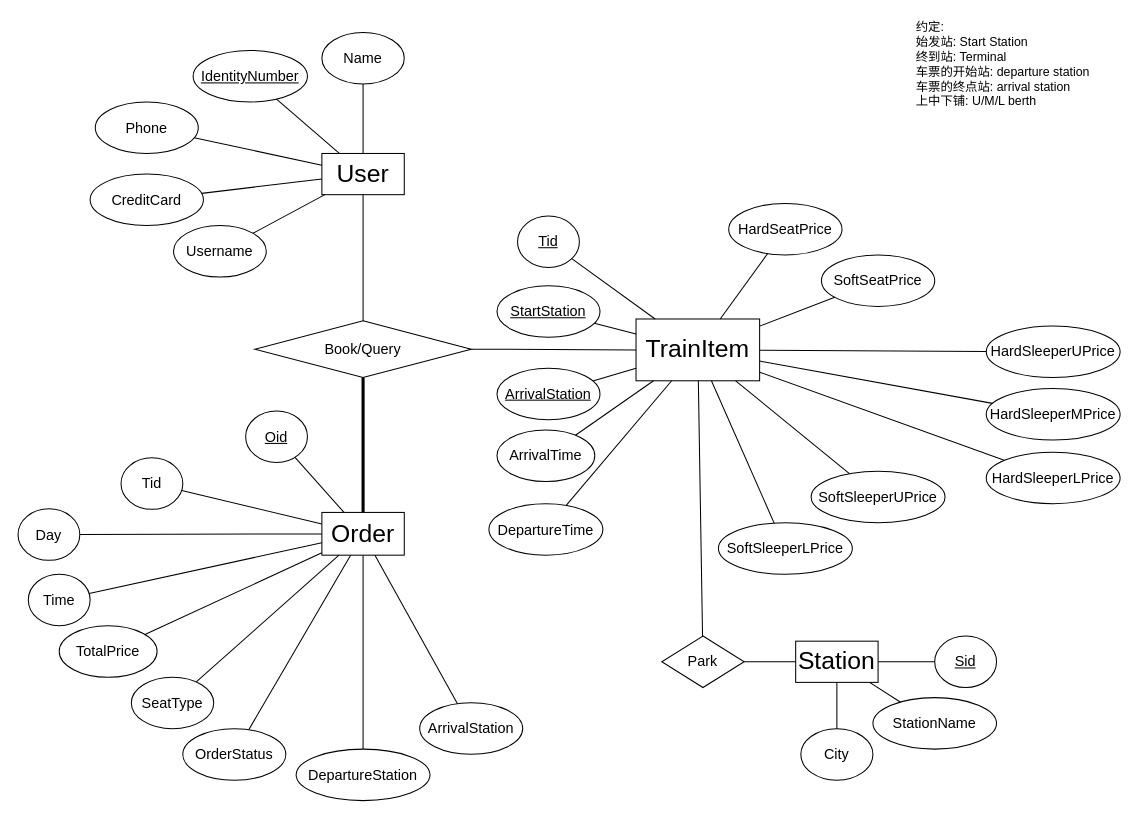
The draw.io diagram page "er-zxz-5.3" (2 of 4) of design/ER-graph.drawio in KevinGeejo/Railway-Booking-System, before the edit. Source tidied: cells renumbered, new cells numbered last; positions are measured from the earlier drawing's top-left corner, leaving out a move shared by most shapes. Both pictures are drawn from the tidied source at 103%, with x=0, y=0 at pixel (18, 18).
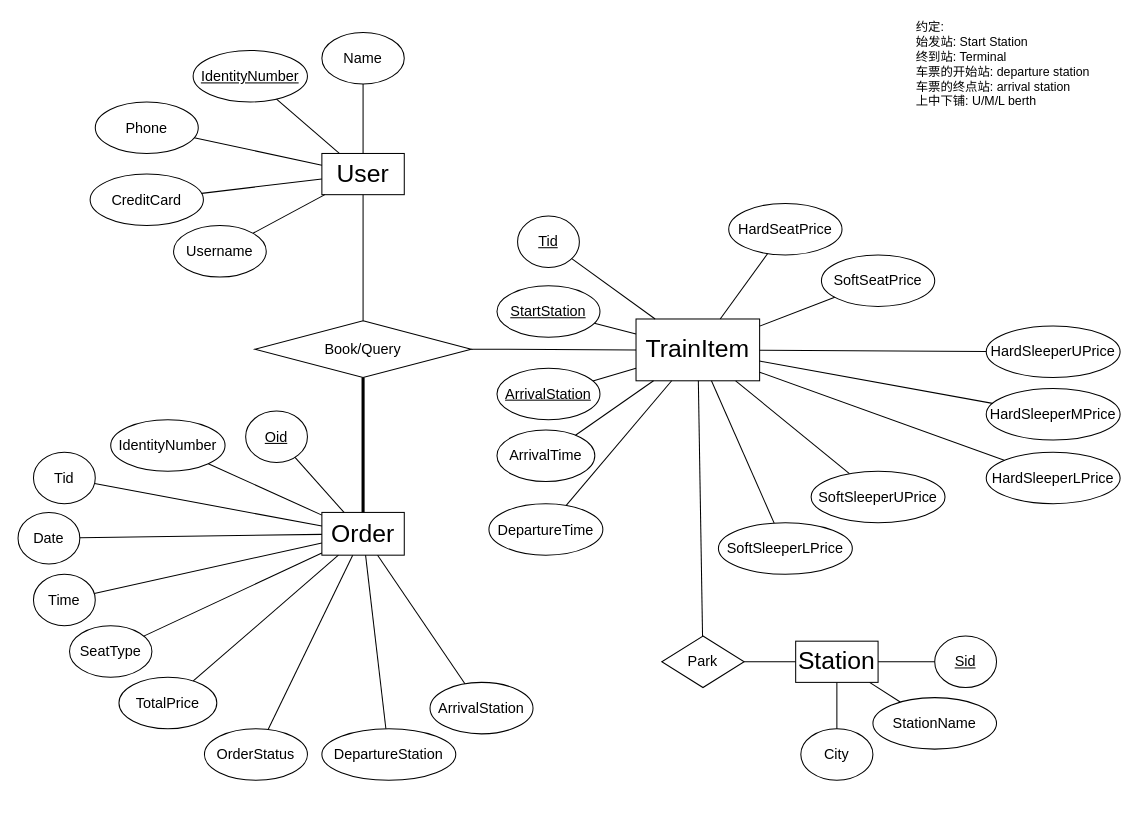
The same diagram, later.

Commit message (it also covers changes not shown here):
Design: modify ER graph (satisfying BCNF now), modify doc

Unchanged cells that the change refers to:
```xml
<mxCell id="5" value="&lt;font style=&quot;font-size: 24px&quot;&gt;Order&lt;/font&gt;" style="rounded=0;whiteSpace=wrap;html=1;" parent="1" vertex="1">
  <mxGeometry x="295" y="480" width="80" height="41.5" as="geometry" />
</mxCell>
```

The edit, as a diff of the source:
```diff
@@
     <mxCell id="30" value="&lt;span style=&quot;font-size: 14px&quot;&gt;Tid&lt;/span&gt;" style="ellipse;whiteSpace=wrap;html=1;" parent="1" vertex="1">
-      <mxGeometry x="100" y="427" width="60" height="50" as="geometry" />
+      <mxGeometry x="15" y="421.5" width="60" height="50" as="geometry" />
     </mxCell>
-    <mxCell id="31" value="&lt;span style=&quot;font-size: 14px&quot;&gt;Day&lt;/span&gt;" style="ellipse;whiteSpace=wrap;html=1;" parent="1" vertex="1">
-      <mxGeometry y="476.5" width="60" height="50" as="geometry" />
+    <mxCell id="31" value="&lt;span style=&quot;font-size: 14px&quot;&gt;Date&lt;/span&gt;" style="ellipse;whiteSpace=wrap;html=1;" parent="1" vertex="1">
+      <mxGeometry y="480" width="60" height="50" as="geometry" />
     </mxCell>
     <mxCell id="32" value="&lt;span style=&quot;font-size: 14px&quot;&gt;Time&lt;/span&gt;" style="ellipse;whiteSpace=wrap;html=1;" parent="1" vertex="1">
-      <mxGeometry x="10" y="540" width="60" height="50" as="geometry" />
+      <mxGeometry x="15" y="540" width="60" height="50" as="geometry" />
     </mxCell>
     <mxCell id="33" value="&lt;span style=&quot;font-size: 14px&quot;&gt;TotalPrice&lt;br&gt;&lt;/span&gt;" style="ellipse;whiteSpace=wrap;html=1;" parent="1" vertex="1">
-      <mxGeometry x="40" y="590" width="95" height="50" as="geometry" />
+      <mxGeometry x="98" y="640" width="95" height="50" as="geometry" />
     </mxCell>
     <mxCell id="34" value="&lt;span style=&quot;font-size: 14px&quot;&gt;DepartureStation&lt;br&gt;&lt;/span&gt;" style="ellipse;whiteSpace=wrap;html=1;" parent="1" vertex="1">
-      <mxGeometry x="270" y="709.8" width="130" height="50" as="geometry" />
+      <mxGeometry x="295" y="690" width="130" height="50" as="geometry" />
     </mxCell>
     <mxCell id="35" value="&lt;span style=&quot;font-size: 14px&quot;&gt;ArrivalStation&lt;/span&gt;" style="ellipse;whiteSpace=wrap;html=1;" parent="1" vertex="1">
-      <mxGeometry x="390" y="664.8" width="100" height="50" as="geometry" />
+      <mxGeometry x="400" y="645" width="100" height="50" as="geometry" />
     </mxCell>
     <mxCell id="36" value="&lt;span style=&quot;font-size: 14px&quot;&gt;SeatType&lt;br&gt;&lt;/span&gt;" style="ellipse;whiteSpace=wrap;html=1;" parent="1" vertex="1">
-      <mxGeometry x="110" y="640" width="80" height="50" as="geometry" />
+      <mxGeometry x="50" y="590" width="80" height="50" as="geometry" />
     </mxCell>
     <mxCell id="37" value="&lt;span style=&quot;font-size: 14px&quot;&gt;OrderStatus&lt;br&gt;&lt;/span&gt;" style="ellipse;whiteSpace=wrap;html=1;" parent="1" vertex="1">
-      <mxGeometry x="160" y="690" width="100" height="50" as="geometry" />
+      <mxGeometry x="181" y="690" width="100" height="50" as="geometry" />
     </mxCell>
@@
+    <mxCell id="72" value="&lt;span style=&quot;font-size: 14px&quot;&gt;IdentityNumber&lt;br&gt;&lt;/span&gt;" style="ellipse;whiteSpace=wrap;html=1;" parent="1" vertex="1">
+      <mxGeometry x="90" y="390" width="111" height="50" as="geometry" />
+    </mxCell>
+    <mxCell id="73" style="endArrow=none;html=1;" parent="1" edge="1" source="5" target="72">
+      <mxGeometry relative="1" as="geometry" />
+    </mxCell>
```
